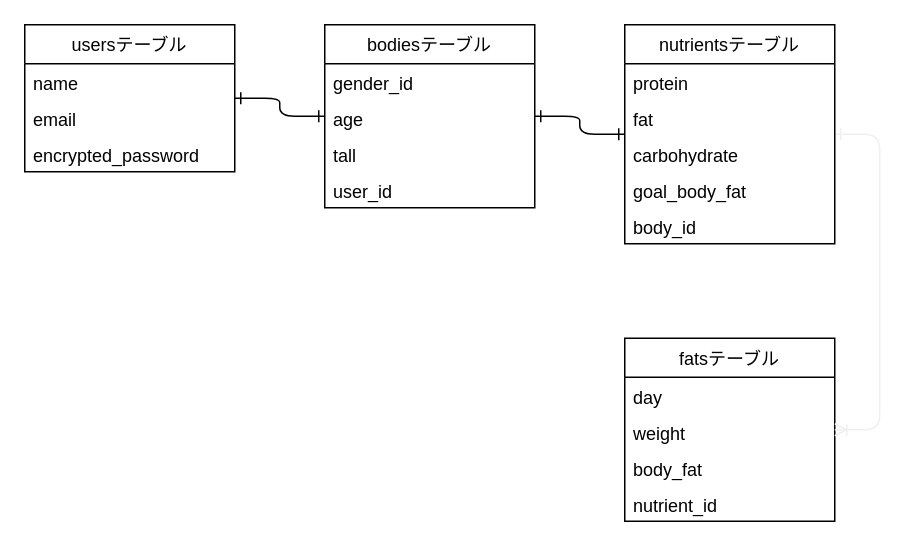
Above: designdb.dio in HSKINK/bodyrecord (draw.io), before the change. Source tidied: cells renumbered, new cells numbered last; positions are measured from the earlier drawing's top-left corner, leaving out a move shared by most shapes. Both pictures are drawn from the tidied source at 150%, with x=0, y=0 at pixel (24, 24).
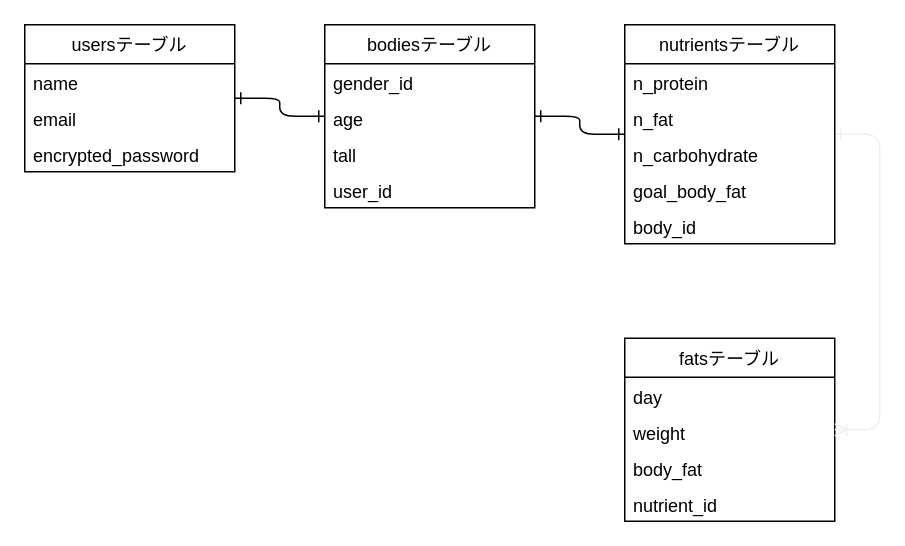
Above is the later version.

Unchanged cells that the change refers to:
```xml
<mxCell id="18" value="nutrientsテーブル" style="swimlane;fontStyle=0;horizontal=1;startSize=26;" parent="1" vertex="1">
  <mxGeometry x="400" width="140" height="146" as="geometry" />
</mxCell>
```

The edit, as a diff of the source:
```diff
@@
-    <mxCell id="19" value="protein" style="text;strokeColor=none;fillColor=none;align=left;verticalAlign=top;spacingLeft=4;spacingRight=4;overflow=hidden;" parent="18" vertex="1">
+    <mxCell id="19" value="n_protein" style="text;strokeColor=none;fillColor=none;align=left;verticalAlign=top;spacingLeft=4;spacingRight=4;overflow=hidden;" parent="18" vertex="1">
       <mxGeometry y="26" width="140" height="24" as="geometry" />
     </mxCell>
-    <mxCell id="20" value="fat" style="text;strokeColor=none;fillColor=none;align=left;verticalAlign=top;spacingLeft=4;spacingRight=4;overflow=hidden;" parent="18" vertex="1">
+    <mxCell id="20" value="n_fat" style="text;strokeColor=none;fillColor=none;align=left;verticalAlign=top;spacingLeft=4;spacingRight=4;overflow=hidden;" parent="18" vertex="1">
       <mxGeometry y="50" width="140" height="24" as="geometry" />
     </mxCell>
-    <mxCell id="21" value="carbohydrate" style="text;strokeColor=none;fillColor=none;align=left;verticalAlign=top;spacingLeft=4;spacingRight=4;overflow=hidden;" parent="18" vertex="1">
+    <mxCell id="21" value="n_carbohydrate" style="text;strokeColor=none;fillColor=none;align=left;verticalAlign=top;spacingLeft=4;spacingRight=4;overflow=hidden;" parent="18" vertex="1">
       <mxGeometry y="74" width="140" height="24" as="geometry" />
     </mxCell>
```
